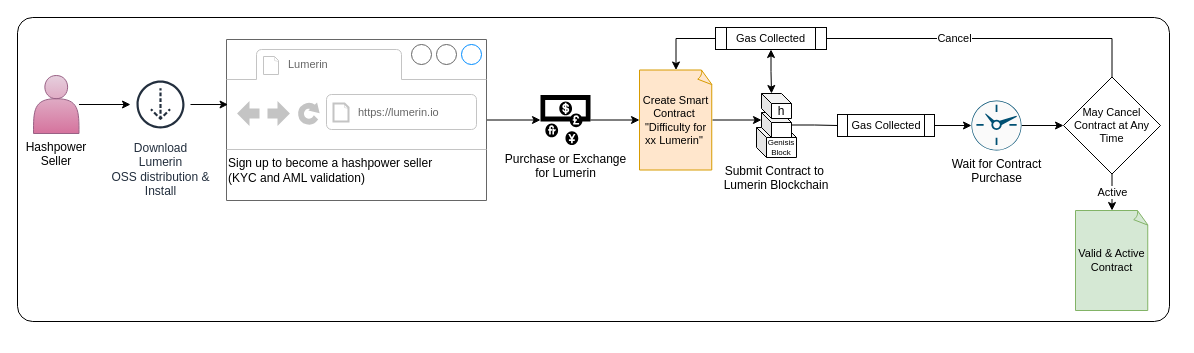
Earlier version of the draw.io diagram page "SellerJourney" (7 of 9) of docs/images/00-overview/00-overview.drawio (Lumerin-protocol/lumerin-overview). Source tidied: cells renumbered, new cells numbered last; positions are measured from the earlier drawing's top-left corner, leaving out a move shared by most shapes. Both pictures are drawn from the tidied source at 100%, with x=0, y=0 at pixel (17, 17).
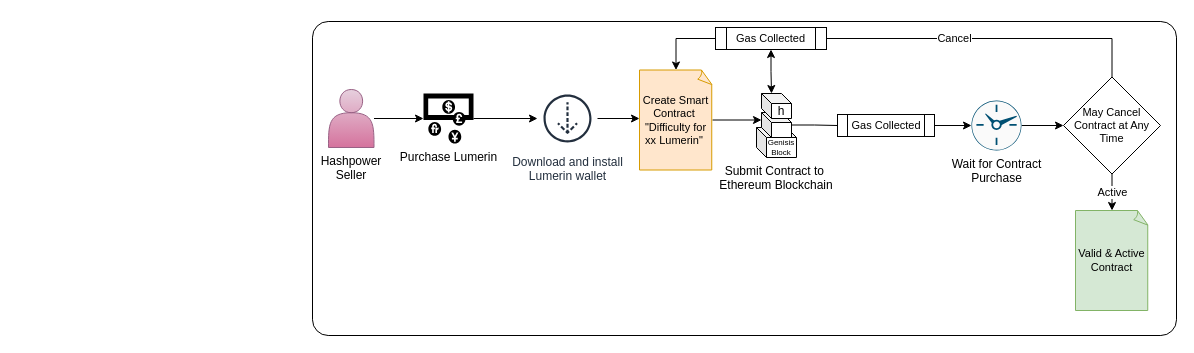
After the change.

The change refers to these unchanged cells:
```xml
<mxCell id="23" value="Create Smart Contract&amp;nbsp;&lt;br&gt;&quot;Difficulty for xx Lumerin&quot;&amp;nbsp;" style="whiteSpace=wrap;html=1;shape=mxgraph.basic.document;labelBackgroundColor=none;sketch=0;fontSize=11;verticalAlign=middle;fillColor=#ffe6cc;strokeColor=#d79b00;" parent="1" vertex="1">
  <mxGeometry x="622" y="52.5" width="73" height="100" as="geometry" />
</mxCell>
```

Diff of the diagram source:
```diff
@@
     <mxCell id="2" style="rounded=1;whiteSpace=wrap;html=1;fontSize=14;align=center;verticalAlign=top;labelPosition=center;verticalLabelPosition=middle;arcSize=5;spacingRight=7;spacingLeft=15;" parent="1" vertex="1">
-      <mxGeometry width="1152" height="304" as="geometry" />
+      <mxGeometry x="295" y="4" width="864" height="314" as="geometry" />
     </mxCell>
-    <mxCell id="3" style="edgeStyle=orthogonalEdgeStyle;rounded=0;jettySize=auto;html=1;entryX=0;entryY=0.5;entryDx=0;entryDy=0;entryPerimeter=0;fontSize=11;" parent="1" edge="1" source="4" target="17">
-      <mxGeometry relative="1" as="geometry" />
-    </mxCell>
-    <mxCell id="4" value="&lt;br&gt;&lt;br&gt;&lt;br&gt;&lt;br&gt;&lt;br&gt;&lt;br&gt;&lt;br&gt;Sign up to become a hashpower seller &lt;br&gt;(KYC and AML validation)&amp;nbsp;" style="strokeWidth=1;shadow=0;dashed=0;align=left;html=1;shape=mxgraph.mockup.containers.browserWindow;rSize=0;strokeColor=none;strokeColor2=#008cff;strokeColor3=#c4c4c4;mainText=,;labelBackgroundColor=none;fillColor=none;" parent="1" vertex="1">
-      <mxGeometry x="209" y="22" width="259" height="161" as="geometry" />
-    </mxCell>
-    <mxCell id="5" value="Lumerin" style="strokeWidth=1;shadow=0;dashed=0;align=center;html=1;shape=mxgraph.mockup.containers.anchor;fontSize=11;fontColor=#666666;align=left;" parent="4" vertex="1">
-      <mxGeometry x="60" y="12" width="110" height="26" as="geometry" />
-    </mxCell>
-    <mxCell id="6" value="https://lumerin.io" style="strokeWidth=1;shadow=0;dashed=0;align=center;html=1;shape=mxgraph.mockup.containers.anchor;rSize=0;fontSize=11;fontColor=#666666;align=left;" parent="4" vertex="1">
-      <mxGeometry x="130" y="60" width="137" height="26" as="geometry" />
-    </mxCell>
-    <mxCell id="7" style="edgeStyle=orthogonalEdgeStyle;rounded=0;jettySize=auto;html=1;entryX=0.006;entryY=0.404;entryDx=0;entryDy=0;entryPerimeter=0;fontSize=11;" parent="1" edge="1" source="8" target="4">
-      <mxGeometry relative="1" as="geometry" />
-    </mxCell>
-    <mxCell id="8" value="Download&lt;br&gt;Lumerin &lt;br&gt;OSS distribution &amp;amp; &lt;br&gt;Install" style="sketch=0;outlineConnect=0;fontColor=#232F3E;gradientColor=none;strokeColor=#232F3E;fillColor=none;dashed=0;verticalLabelPosition=bottom;verticalAlign=top;align=center;html=1;fontSize=12;fontStyle=0;shape=mxgraph.aws4.resourceIcon;resIcon=mxgraph.aws4.download_distribution;" parent="1" vertex="1">
-      <mxGeometry x="113" y="57" width="60" height="60" as="geometry" />
+    <mxCell id="8" value="Download and install&lt;br&gt;Lumerin wallet" style="sketch=0;outlineConnect=0;fontColor=#232F3E;gradientColor=none;strokeColor=#232F3E;fillColor=none;dashed=0;verticalLabelPosition=bottom;verticalAlign=top;align=center;html=1;fontSize=12;fontStyle=0;shape=mxgraph.aws4.resourceIcon;resIcon=mxgraph.aws4.download_distribution;" parent="1" vertex="1">
+      <mxGeometry x="520" y="71" width="60" height="60" as="geometry" />
     </mxCell>
-    <mxCell id="9" style="edgeStyle=orthogonalEdgeStyle;rounded=0;jettySize=auto;html=1;fontSize=11;" parent="1" edge="1" source="10" target="8">
-      <mxGeometry relative="1" as="geometry" />
-    </mxCell>
+    <mxCell id="31" style="edgeStyle=orthogonalEdgeStyle;rounded=0;jettySize=auto;html=1;" parent="1" edge="1" source="10" target="17">
+      <mxGeometry relative="1" as="geometry" />
+    </mxCell>
     <mxCell id="10" value="Hashpower Seller" style="shape=actor;whiteSpace=wrap;html=1;verticalAlign=top;labelPosition=center;verticalLabelPosition=bottom;align=center;fillColor=#e6d0de;gradientColor=#d5739d;strokeColor=#996185;" parent="1" vertex="1">
-      <mxGeometry x="16" y="58" width="45.5" height="58" as="geometry" />
+      <mxGeometry x="311" y="72" width="45.5" height="58" as="geometry" />
     </mxCell>
-    <mxCell id="11" style="edgeStyle=orthogonalEdgeStyle;rounded=0;jettySize=auto;html=1;entryX=0;entryY=0.5;entryDx=0;entryDy=0;fontSize=11;entryPerimeter=0;" parent="1" edge="1" source="17" target="23">
-      <mxGeometry relative="1" as="geometry" />
-    </mxCell>
@@
-    <mxCell id="13" value="Submit Contract to &#10;Lumerin Blockchain" style="group;verticalAlign=top;labelPosition=center;verticalLabelPosition=bottom;align=center;" parent="1" vertex="1">
+    <mxCell id="13" value="Submit Contract to &#10;Ethereum Blockchain" style="group;verticalAlign=top;labelPosition=center;verticalLabelPosition=bottom;align=center;" parent="1" vertex="1">
       <mxGeometry x="739" y="76" width="40" height="64" as="geometry" />
     </mxCell>
@@
+    <mxCell id="32" style="edgeStyle=orthogonalEdgeStyle;rounded=0;jettySize=auto;html=1;" parent="1" edge="1" source="17" target="8">
+      <mxGeometry relative="1" as="geometry" />
+    </mxCell>
-    <mxCell id="17" value="Purchase or Exchange&lt;br&gt;for Lumerin" style="shape=mxgraph.signs.travel.currency_exchange;html=1;fillColor=#000000;strokeColor=none;verticalLabelPosition=bottom;verticalAlign=top;align=center;sketch=0;" parent="1" vertex="1">
-      <mxGeometry x="523" y="77.5" width="50" height="50" as="geometry" />
+    <mxCell id="17" value="Purchase Lumerin" style="shape=mxgraph.signs.travel.currency_exchange;html=1;fillColor=#000000;strokeColor=none;verticalLabelPosition=bottom;verticalAlign=top;align=center;sketch=0;" parent="1" vertex="1">
+      <mxGeometry x="406" y="76" width="50" height="50" as="geometry" />
     </mxCell>
@@
+    <mxCell id="33" style="endArrow=classic;html=1;rounded=0;" parent="1" edge="1" source="8">
+      <mxGeometry relative="1" as="geometry">
+        <mxPoint x="622" y="101" as="targetPoint" />
+      </mxGeometry>
+    </mxCell>
```
